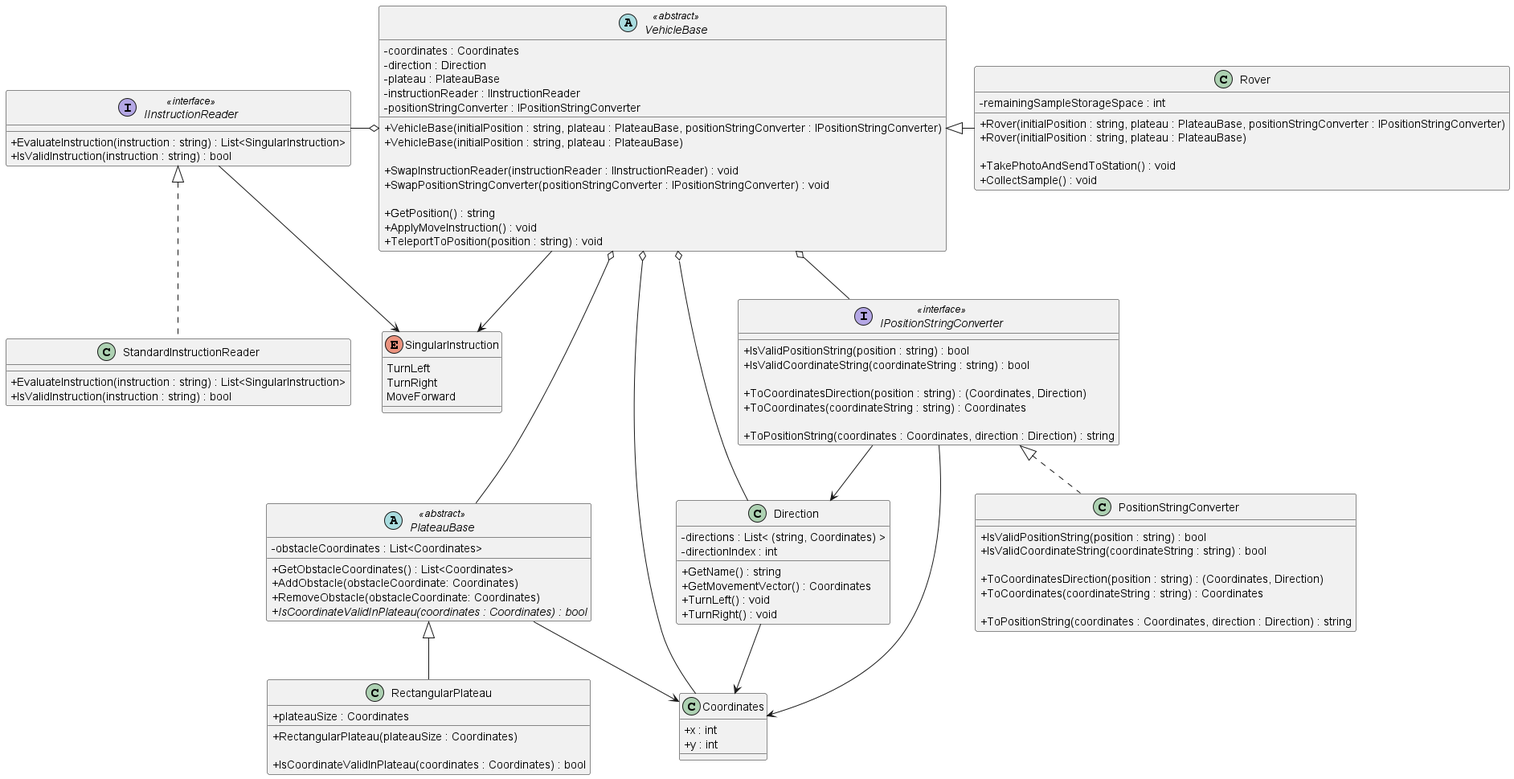
This is puml/Mars Rover Challenge.png from iamfranco/MarsRoverChallenge, a PlantUML export, as it was before one commit.
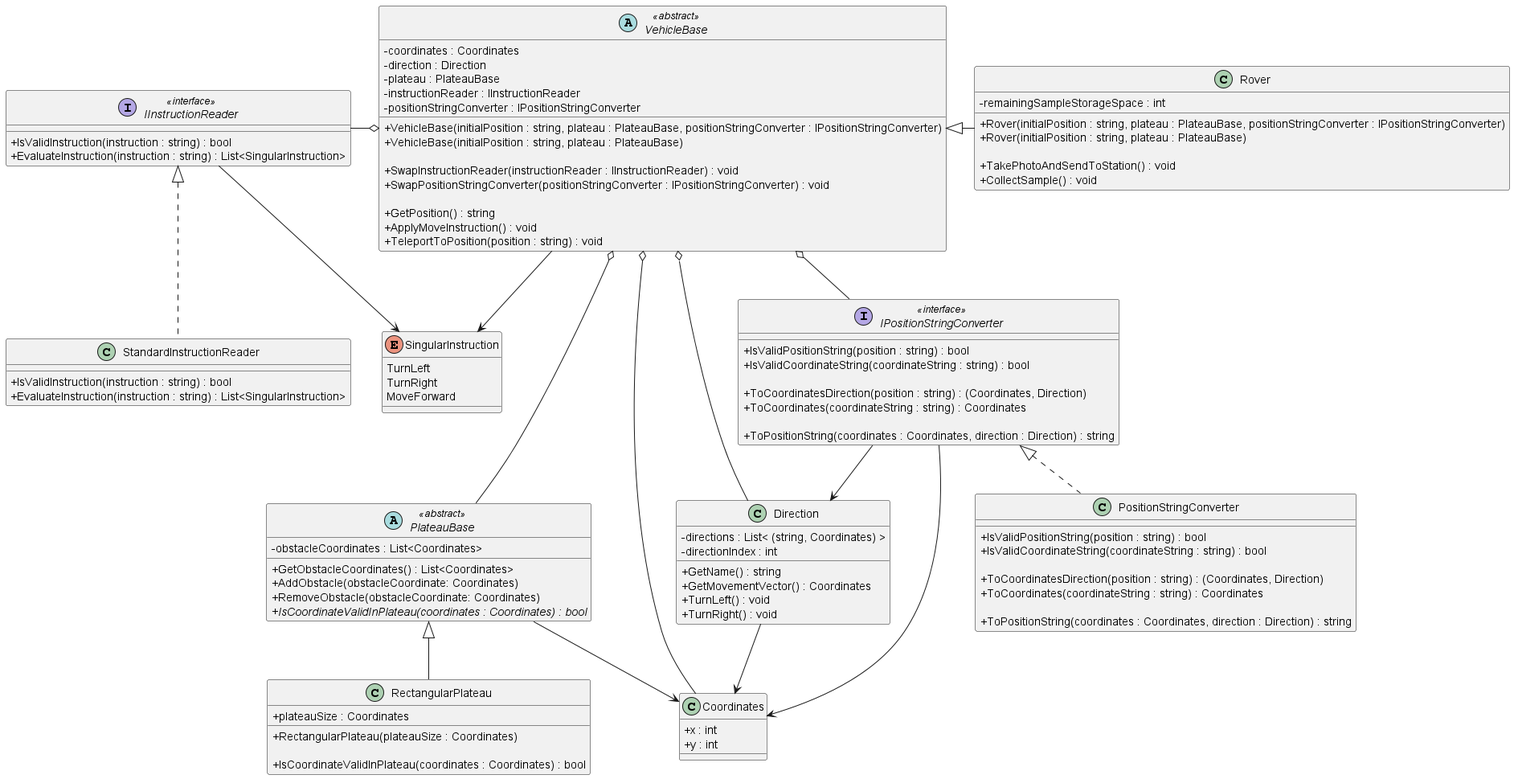
Later version of the same file.

Commit message:
UML: reorder methods in StandardInstructionReader class and IInstructionReader interface

Diff of the diagram source:
```diff
@@ -3,8 +3,8 @@
 
 interface IInstructionReader <<interface>>
 {
+  + IsValidInstruction(instruction : string) : bool
   + EvaluateInstruction(instruction : string) : List<SingularInstruction>
-  + IsValidInstruction(instruction : string) : bool
 }
 
 enum SingularInstruction
@@ -16,8 +16,8 @@
 
 class StandardInstructionReader
 {
+  + IsValidInstruction(instruction : string) : bool
   + EvaluateInstruction(instruction : string) : List<SingularInstruction>
-  + IsValidInstruction(instruction : string) : bool
 }
 
 abstract PlateauBase <<abstract>>
```
